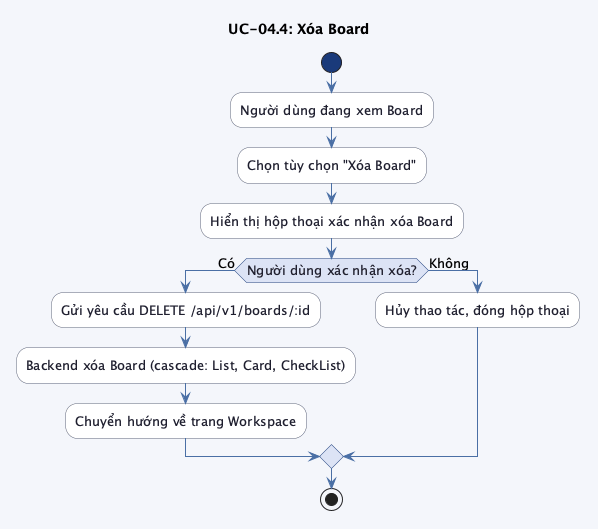
The PlantUML diagram src/images/chap3/activity_uc04_4.png in trongnhan34vn/trello-report, before a commit. Its diagram source:
```plantuml
@startuml activity_uc04_4

skinparam linetype ortho
skinparam defaultFontSize 13
skinparam backgroundColor #f4f6fb
skinparam activity {
    BackgroundColor #ffffff
    BorderColor #5b6279
    FontColor #1e1e2e
    ArrowColor #4a6fa5
    DiamondBackgroundColor #dce3f5
    DiamondBorderColor #1a3a7a
    DiamondFontColor #1e1e2e
    StartColor #1a3a7a
    EndColor #1a3a7a
}

title UC-04.4: Xóa Board

start

:Người dùng đang xem Board;
:Chọn tùy chọn "Xóa Board";
:Hiển thị hộp thoại xác nhận xóa Board;

if (Người dùng xác nhận xóa?) then (Có)
    :Gửi yêu cầu DELETE /api/v1/boards/:id;
    :Backend xóa Board (cascade: List, Card, CheckList);
    :Chuyển hướng về trang Workspace;
else (Không)
    :Hủy thao tác, đóng hộp thoại;
endif

stop

@enduml
```
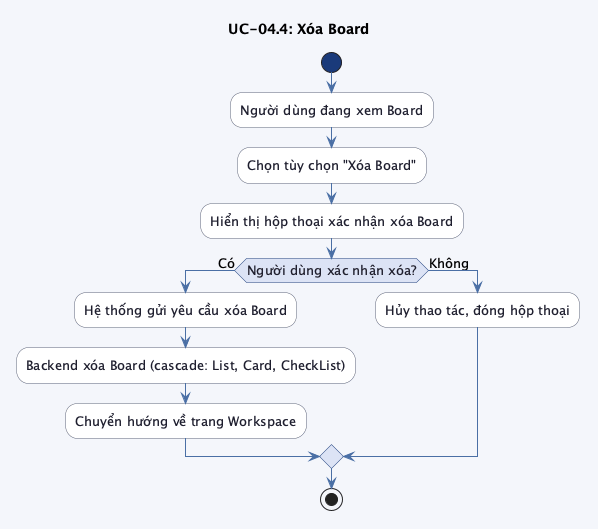
The same diagram one commit later.

What changed in the source:
```diff
@@ -24,7 +24,7 @@
 :Hiển thị hộp thoại xác nhận xóa Board;
 
 if (Người dùng xác nhận xóa?) then (Có)
-    :Gửi yêu cầu DELETE /api/v1/boards/:id;
+    :Hệ thống gửi yêu cầu xóa Board;
     :Backend xóa Board (cascade: List, Card, CheckList);
     :Chuyển hướng về trang Workspace;
 else (Không)
```
